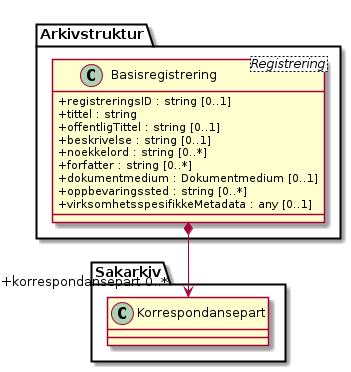
This is kapitler/media/uml-komposisjon-brukt-med-klasser.png from arkivverket/noark5-tjenestegrensesnitt-standard, a PlantUML export, as it was before one commit.
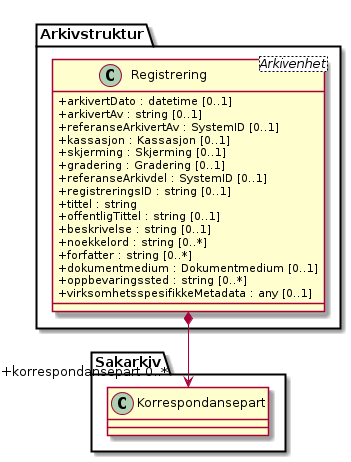
Above is the later version.

Change to the diagram source:
```diff
@@ -1,6 +1,13 @@
 @startuml
 skinparam classAttributeIconSize 0
-class Arkivstruktur.Basisregistrering <Registrering> {
+class Arkivstruktur.Registrering <Arkivenhet> {
+  +arkivertDato : datetime [0..1]
+  +arkivertAv : string [0..1]
+  +referanseArkivertAv : SystemID [0..1]
+  +kassasjon : Kassasjon [0..1]
+  +skjerming : Skjerming [0..1]
+  +gradering : Gradering [0..1]
+  +referanseArkivdel : SystemID [0..1]
   +registreringsID : string [0..1]
   +tittel : string
   +offentligTittel : string [0..1]
@@ -11,5 +18,5 @@
   +oppbevaringssted : string [0..*]
   +virksomhetsspesifikkeMetadata : any [0..1]
 }
-Arkivstruktur.Basisregistrering *--> "+korrespondansepart 0..*" Sakarkiv.Korrespondansepart
+Arkivstruktur.Registrering *--> "+korrespondansepart 0..*" Sakarkiv.Korrespondansepart
 @enduml
```
